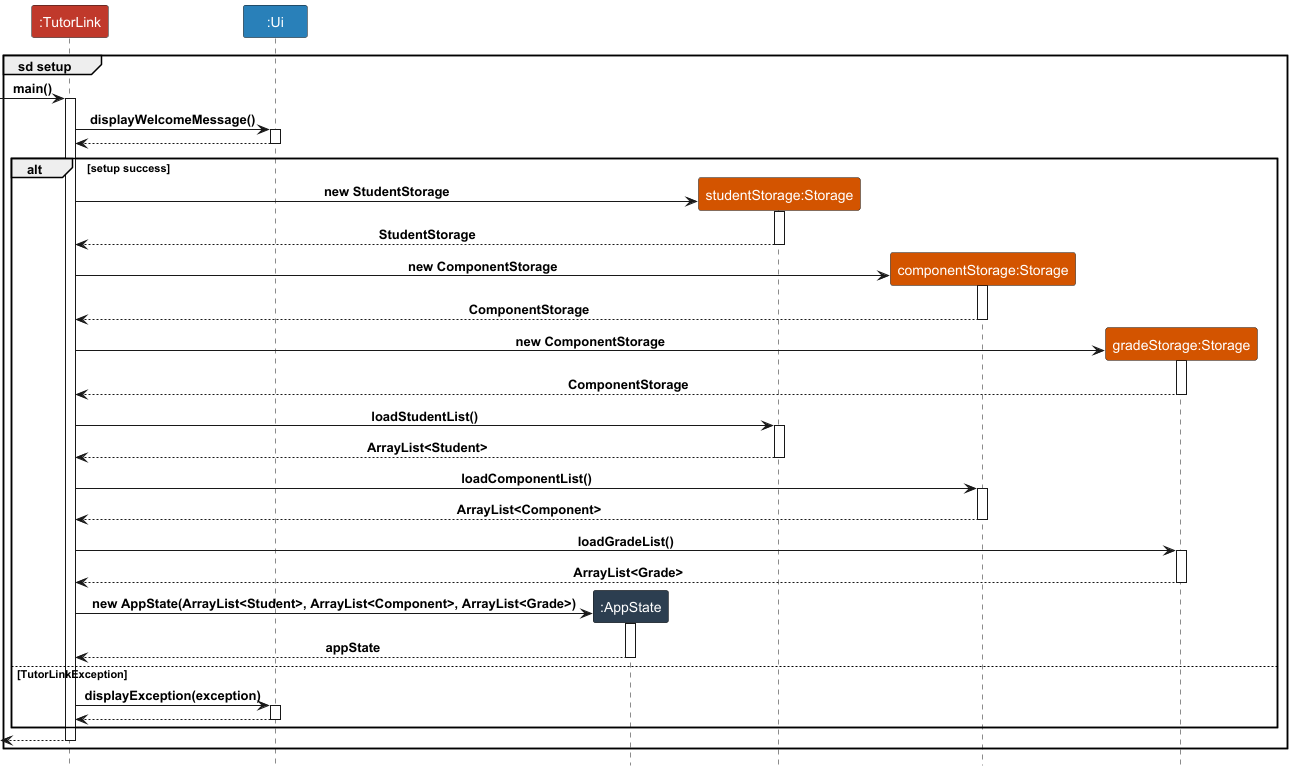
The PlantUML diagram docs/diagrams/Setup.png in yeekian/tp, before a commit.
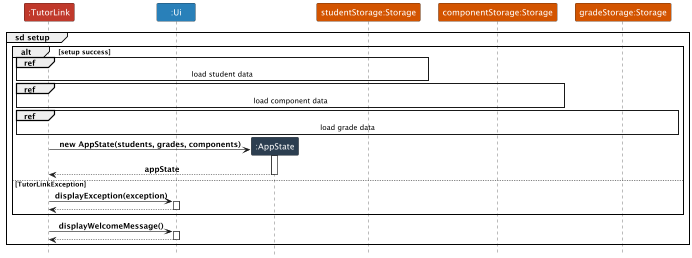
Later version of the same file.

Commit message:
Update setup and storage in DG to reflect new changes

What changed in the source:
```diff
@@ -8,49 +8,17 @@
 participant "gradeStorage:Storage" as GS LOGIC_COLOR_4
 
 group sd setup
-[->TL : main()
-activate TL
-TL->UI: displayWelcomeMessage()
-activate UI
-TL <-- UI
-deactivate UI
 
 alt setup success
-    create SS
-    TL -> SS : new StudentStorage
-    activate SS
-    TL <-- SS : StudentStorage
-    deactivate SS
 
-    create CS
-    TL -> CS : new ComponentStorage
-    activate CS
-    TL <-- CS :ComponentStorage
-    deactivate CS
+    ref over TL, UI, SS: load student data
 
-    create GS
-    TL -> GS : new ComponentStorage
-    activate GS
-    TL <-- GS :ComponentStorage
-    deactivate GS
+    ref over TL, UI, CS: load component data
 
-    TL -> SS : loadStudentList()
-    activate SS
-    TL <-- SS : ArrayList<Student>
-    deactivate SS
-
-    TL -> CS : loadComponentList()
-    activate CS
-    TL <-- CS : ArrayList<Component>
-    deactivate CS
-
-    TL -> GS : loadGradeList()
-    activate GS
-    TL <-- GS : ArrayList<Grade>
-    deactivate GS
+    ref over TL, UI, GS: load grade data
 
     create A
-    TL -> A : new AppState(ArrayList<Student>, ArrayList<Component>, ArrayList<Grade>)
+    TL -> A : new AppState(students, grades, components)
     activate A
     TL <-- A : appState
     deactivate A
@@ -62,7 +30,11 @@
 end
 
 deactivate UI
-[<-- TL
-deactivate TL
+
+TL->UI: displayWelcomeMessage()
+activate UI
+TL <-- UI
+deactivate UI
+
 end
 @enduml
```
